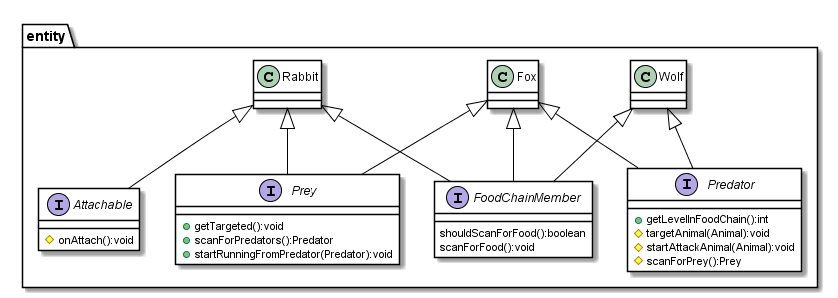
The PlantUML diagram uml/classes_002.png in the-zucc/coureur-de-bois, before a commit. Its diagram source:
```plantuml
@startuml
skinparam class {
    BackgroundColor #ffffff
    ArrowColor #000000
    BorderColor #000000
}
package entity{
    interface Attachable{
        # onAttach():void
    }
    interface FoodChainMember{
        shouldScanForFood():boolean
        scanForFood():void
    }
    interface Prey{
        + getTargeted():void
        + scanForPredators():Predator
        + startRunningFromPredator(Predator):void
    }
    interface Predator{
        + getLevelInFoodChain():int
        # targetAnimal(Animal):void
        # startAttackAnimal(Animal):void
        # scanForPrey():Prey
    }
    class Wolf
    Wolf <|-- FoodChainMember
    Wolf <|-- Predator
    class Fox
    Fox <|-- FoodChainMember
    Fox <|-- Prey
    Fox <|-- Predator
    class Rabbit
    Rabbit <|-- FoodChainMember
    Rabbit <|-- Prey
    Rabbit <|-- Attachable
}
@enduml
```
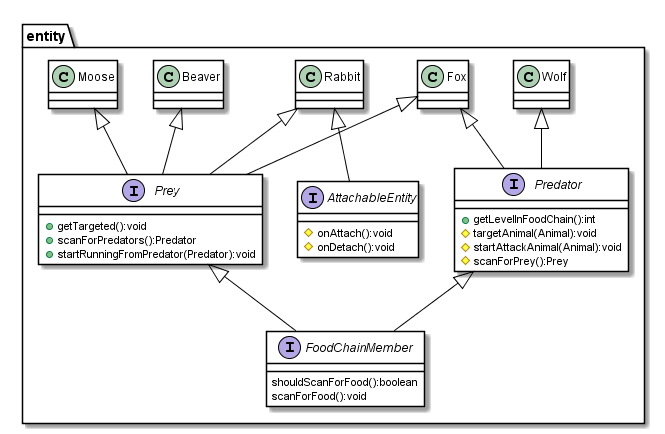
The same diagram one commit later.

The edit, as a diff of the source:
```diff
@@ -5,8 +5,9 @@
     BorderColor #000000
 }
 package entity{
-    interface Attachable{
+    interface AttachableEntity{
         # onAttach():void
+        # onDetach():void
     }
     interface FoodChainMember{
         shouldScanForFood():boolean
@@ -17,22 +18,25 @@
         + scanForPredators():Predator
         + startRunningFromPredator(Predator):void
     }
+    Prey <|-- FoodChainMember
     interface Predator{
         + getLevelInFoodChain():int
         # targetAnimal(Animal):void
         # startAttackAnimal(Animal):void
         # scanForPrey():Prey
     }
+    Predator <|-- FoodChainMember
     class Wolf
-    Wolf <|-- FoodChainMember
     Wolf <|-- Predator
     class Fox
-    Fox <|-- FoodChainMember
     Fox <|-- Prey
     Fox <|-- Predator
     class Rabbit
-    Rabbit <|-- FoodChainMember
     Rabbit <|-- Prey
-    Rabbit <|-- Attachable
+    Rabbit <|-- AttachableEntity
+    class Moose
+    Moose <|-- Prey
+    class Beaver
+    Beaver <|-- Prey
 }
 @enduml
```
